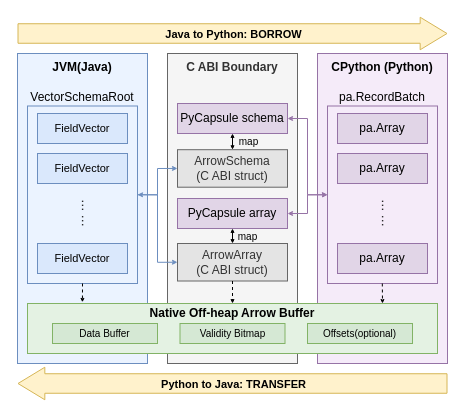
shinyano/drawio keeps this draw.io diagram as page "algo-java2python" (5 of 11) of grad.drawio. Above is the earlier version. Source tidied: cells renumbered, new cells numbered last; positions are measured from the earlier drawing's top-left corner, leaving out a move shared by most shapes. Both pictures are drawn from the tidied source at 100%, with x=0, y=0 at pixel (17, 33).
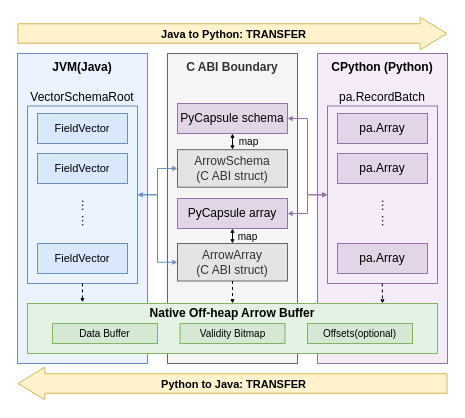
Above is the later version.

Unchanged cells that the change refers to:
```xml
<mxCell id="34" style="shape=flexArrow;endArrow=classic;html=1;rounded=0;width=19.523809523809522;endSize=8.60952380952381;endWidth=12.026666666666667;fillColor=#fff2cc;strokeColor=#d6b656;" parent="1" edge="1">
  <mxGeometry relative="1" as="geometry">
    <mxPoint as="sourcePoint" />
    <mxPoint x="430" as="targetPoint" />
  </mxGeometry>
</mxCell>
```

The edit, as a diff of the source:
```diff
@@
-    <mxCell id="35" value="Java to Python: BORROW" style="edgeLabel;html=1;align=center;verticalAlign=middle;fontStyle=1;labelBackgroundColor=none;" parent="34" vertex="1">
+    <mxCell id="35" value="Java to Python:&amp;nbsp;TRANSFER" style="edgeLabel;html=1;align=center;verticalAlign=middle;fontStyle=1;labelBackgroundColor=none;" parent="34" vertex="1">
       <mxGeometry x="0.61" y="6" relative="1" as="geometry">
         <mxPoint x="-131" y="6" as="offset" />
       </mxGeometry>
     </mxCell>
```
